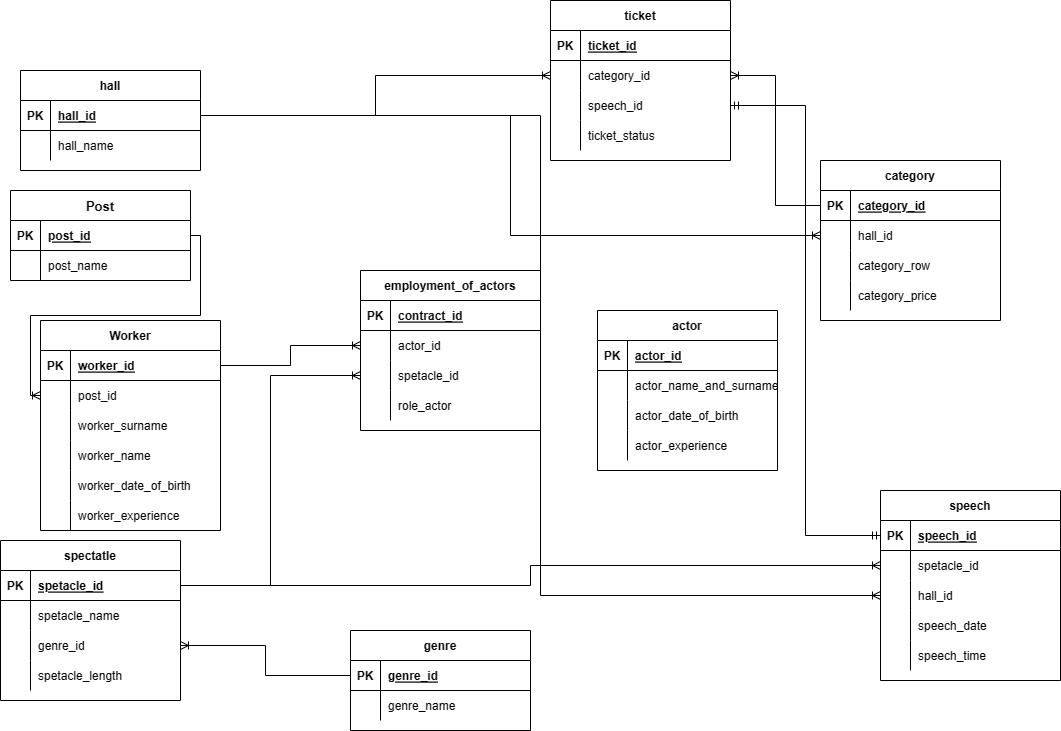
Earlier version of the draw.io export scheme data base/База данных театра-Страница 1.drawio.png (MakarovIS/Data-base). Source tidied: cells renumbered, new cells last; positions are measured from the earlier drawing's top-left corner, leaving out a move shared by most shapes.
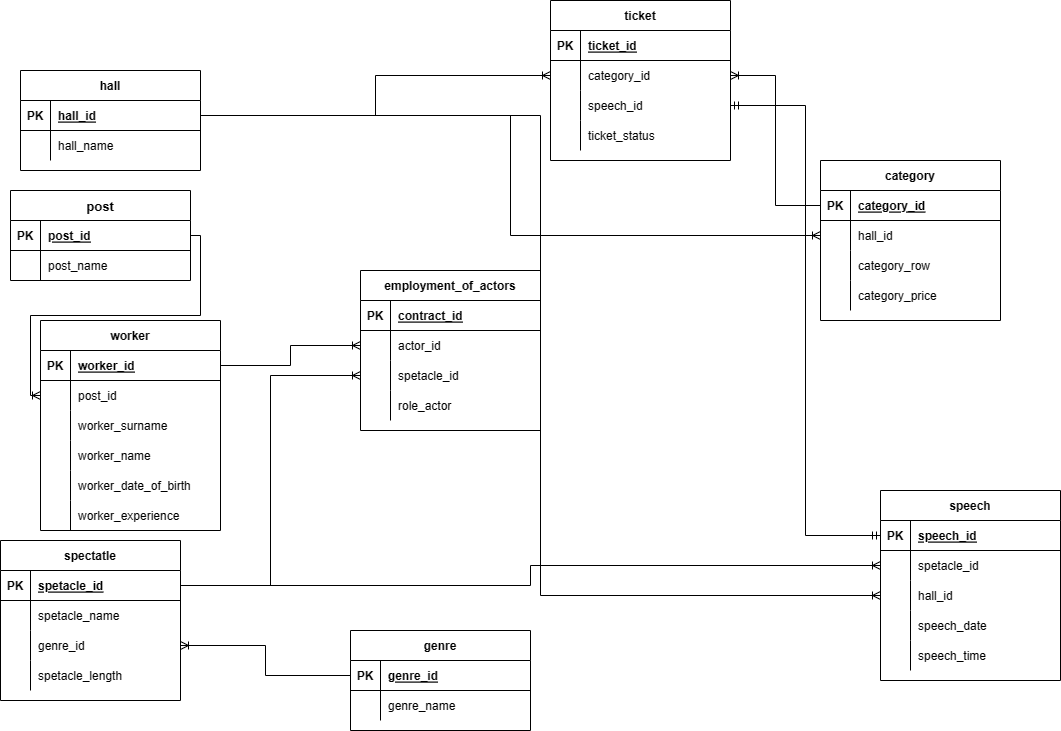
The same diagram one commit later.

The edit, as a diff of the source:
```diff
@@ -2,45 +2,6 @@
   <root>
     <mxCell id="0" />
     <mxCell id="1" parent="0" />
-    <mxCell id="2" value="actor" style="shape=table;startSize=30;rowLines=0;fontStyle=1;align=center;" parent="1" vertex="1">
-      <mxGeometry x="597" y="310" width="180" height="160" as="geometry" />
-    </mxCell>
-    <mxCell id="3" style="shape=tableRow;horizontal=0;startSize=0;swimlaneHead=0;swimlaneBody=0;fillColor=none;top=0;left=0;right=0;bottom=1;" parent="2" vertex="1">
-      <mxGeometry y="30" width="180" height="30" as="geometry" />
-    </mxCell>
-    <mxCell id="4" value="PK" style="shape=partialRectangle;fillColor=none;top=0;left=0;bottom=0;right=0;fontStyle=1;overflow=hidden;" parent="3" vertex="1">
-      <mxGeometry width="30" height="30" as="geometry" />
-    </mxCell>
-    <mxCell id="5" value="actor_id" style="shape=partialRectangle;fillColor=none;top=0;left=0;bottom=0;right=0;align=left;spacingLeft=6;fontStyle=5;overflow=hidden;" parent="3" vertex="1">
-      <mxGeometry x="30" width="150" height="30" as="geometry" />
-    </mxCell>
-    <mxCell id="6" style="shape=tableRow;horizontal=0;startSize=0;swimlaneHead=0;swimlaneBody=0;fillColor=none;top=0;left=0;right=0;bottom=0;" parent="2" vertex="1">
-      <mxGeometry y="60" width="180" height="30" as="geometry" />
-    </mxCell>
-    <mxCell id="7" style="shape=partialRectangle;fillColor=none;top=0;left=0;bottom=0;right=0;overflow=hidden;" parent="6" vertex="1">
-      <mxGeometry width="30" height="30" as="geometry" />
-    </mxCell>
-    <mxCell id="8" value="actor_name_and_surname" style="shape=partialRectangle;fillColor=none;top=0;left=0;bottom=0;right=0;align=left;spacingLeft=6;overflow=hidden;" parent="6" vertex="1">
-      <mxGeometry x="30" width="150" height="30" as="geometry" />
-    </mxCell>
-    <mxCell id="9" style="shape=tableRow;horizontal=0;startSize=0;swimlaneHead=0;swimlaneBody=0;fillColor=none;top=0;left=0;right=0;bottom=0;" parent="2" vertex="1">
-      <mxGeometry y="90" width="180" height="30" as="geometry" />
-    </mxCell>
-    <mxCell id="10" style="shape=partialRectangle;fillColor=none;top=0;left=0;bottom=0;right=0;overflow=hidden;" parent="9" vertex="1">
-      <mxGeometry width="30" height="30" as="geometry" />
-    </mxCell>
-    <mxCell id="11" value="actor_date_of_birth" style="shape=partialRectangle;fillColor=none;top=0;left=0;bottom=0;right=0;align=left;spacingLeft=6;overflow=hidden;" parent="9" vertex="1">
-      <mxGeometry x="30" width="150" height="30" as="geometry" />
-    </mxCell>
-    <mxCell id="12" style="shape=tableRow;horizontal=0;startSize=0;swimlaneHead=0;swimlaneBody=0;fillColor=none;top=0;left=0;right=0;bottom=0;" parent="2" vertex="1">
-      <mxGeometry y="120" width="180" height="30" as="geometry" />
-    </mxCell>
-    <mxCell id="13" style="shape=partialRectangle;fillColor=none;top=0;left=0;bottom=0;right=0;overflow=hidden;" parent="12" vertex="1">
-      <mxGeometry width="30" height="30" as="geometry" />
-    </mxCell>
-    <mxCell id="14" value="actor_experience" style="shape=partialRectangle;fillColor=none;top=0;left=0;bottom=0;right=0;align=left;spacingLeft=6;overflow=hidden;" parent="12" vertex="1">
-      <mxGeometry x="30" width="150" height="30" as="geometry" />
-    </mxCell>
     <mxCell id="15" value="employment_of_actors" style="shape=table;startSize=30;rowLines=0;fontStyle=1;align=center;" parent="1" vertex="1">
       <mxGeometry x="360" y="270" width="180" height="160" as="geometry" />
     </mxCell>
@@ -311,7 +272,7 @@
     <mxCell id="104" style="edgeStyle=orthogonalEdgeStyle;fontSize=12;html=1;endArrow=ERoneToMany;rounded=0;exitX=0;exitY=0.5;exitDx=0;exitDy=0;entryX=1;entryY=0.5;entryDx=0;entryDy=0;" parent="1" edge="1" source="98" target="35">
       <mxGeometry relative="1" as="geometry" />
     </mxCell>
-    <mxCell id="105" value="Worker" style="shape=table;startSize=30;rowLines=0;fontStyle=1;align=center;" parent="1" vertex="1">
+    <mxCell id="105" value="worker" style="shape=table;startSize=30;rowLines=0;fontStyle=1;align=center;" parent="1" vertex="1">
       <mxGeometry x="40" y="320" width="180" height="210" as="geometry" />
     </mxCell>
     <mxCell id="106" style="shape=tableRow;horizontal=0;startSize=0;swimlaneHead=0;swimlaneBody=0;fillColor=none;points=[[0,0.5],[1,0.5]];portConstraint=eastwest;top=0;left=0;right=0;bottom=1;" parent="105" vertex="1">
@@ -368,7 +329,7 @@
     <mxCell id="123" value="worker_experience" style="shape=partialRectangle;fillColor=none;top=0;left=0;bottom=0;right=0;align=left;spacingLeft=6;overflow=hidden;" parent="121" vertex="1">
       <mxGeometry x="30" width="150" height="30" as="geometry" />
     </mxCell>
-    <mxCell id="124" value="Post" style="shape=table;startSize=30;rowLines=0;fontStyle=1;align=center;fontSize=13;" parent="1" vertex="1">
+    <mxCell id="124" value="post" style="shape=table;startSize=30;rowLines=0;fontStyle=1;align=center;fontSize=13;" parent="1" vertex="1">
       <mxGeometry x="10" y="190" width="180" height="90" as="geometry" />
     </mxCell>
     <mxCell id="125" style="shape=tableRow;horizontal=0;startSize=0;swimlaneHead=0;swimlaneBody=0;fillColor=none;points=[[0,0.5],[1,0.5]];portConstraint=eastwest;top=0;left=0;right=0;bottom=1;" parent="124" vertex="1">
```
